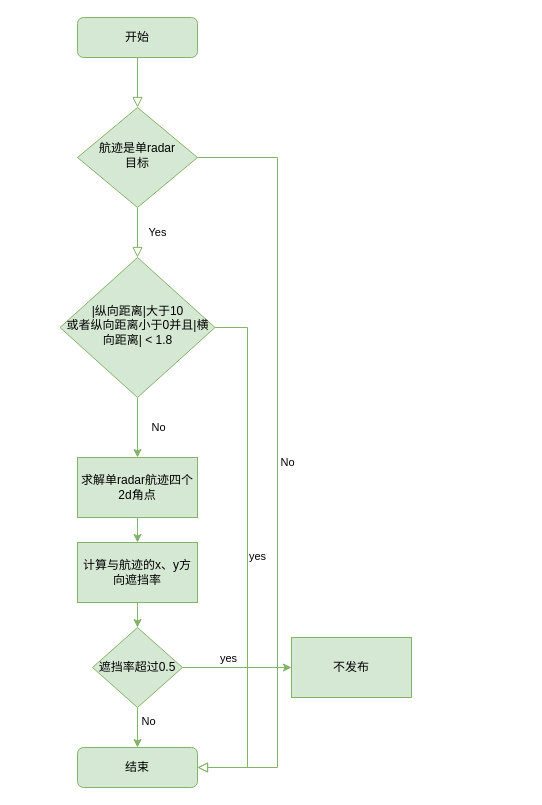
Earlier version of the draw.io diagram 未命名绘图.drawio (a1595341200/drawio). Source tidied: cells renumbered, new cells numbered last; positions are measured from the earlier drawing's top-left corner, leaving out a move shared by most shapes. Both pictures are drawn from the tidied source at 100%, with x=0, y=0 at pixel (59, 17).
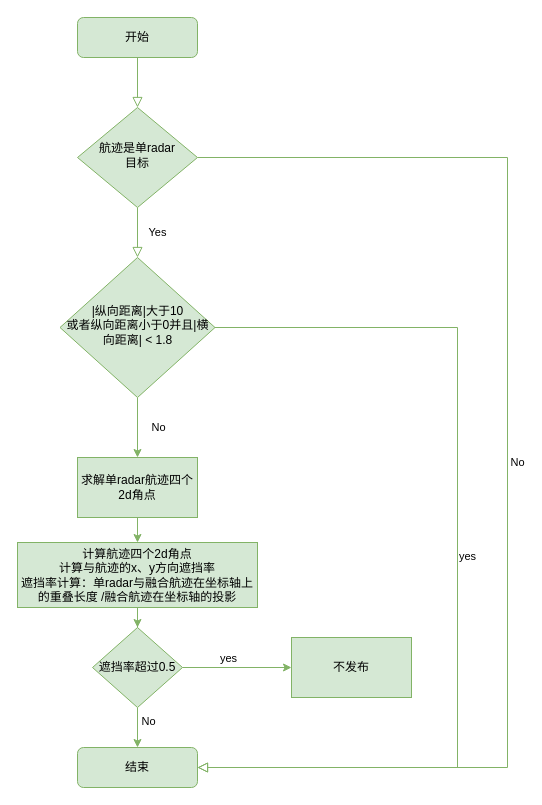
The same page after the edit.

Commit message:
遮挡率计算.drawio

Unchanged cells that the change refers to:
```xml
<mxCell id="6" value="&lt;div&gt;航迹是单radar&lt;/div&gt;&lt;div&gt;目标&lt;/div&gt;" style="rhombus;whiteSpace=wrap;html=1;shadow=0;fontFamily=Helvetica;fontSize=12;align=center;strokeWidth=1;spacing=6;spacingTop=-4;fillColor=#d5e8d4;strokeColor=#82b366;" parent="1" vertex="1">
  <mxGeometry x="18" y="90" width="120" height="100" as="geometry" />
</mxCell>
<mxCell id="10" value="&lt;div&gt;|纵向距离|大于10&lt;/div&gt;&lt;div&gt;或者纵向距离小于0并且|横向距离| &amp;lt; 1.8&lt;br&gt;&lt;/div&gt;" style="rhombus;whiteSpace=wrap;html=1;shadow=0;fontFamily=Helvetica;fontSize=12;align=center;strokeWidth=1;spacing=6;spacingTop=-4;fillColor=#d5e8d4;strokeColor=#82b366;" parent="1" vertex="1">
  <mxGeometry x="0.5" y="240" width="155" height="140" as="geometry" />
</mxCell>
<mxCell id="11" value="结束" style="rounded=1;whiteSpace=wrap;html=1;fontSize=12;glass=0;strokeWidth=1;shadow=0;fillColor=#d5e8d4;strokeColor=#82b366;" parent="1" vertex="1">
  <mxGeometry x="18" y="730" width="120" height="40" as="geometry" />
</mxCell>
```

Diff of the diagram source:
```diff
@@
     <mxCell id="5" value="No" style="edgeStyle=orthogonalEdgeStyle;rounded=0;html=1;jettySize=auto;fontSize=11;endArrow=block;endFill=0;endSize=8;strokeWidth=1;shadow=0;labelBackgroundColor=none;entryX=1;entryY=0.5;entryDx=0;entryDy=0;exitX=1;exitY=0.5;exitDx=0;exitDy=0;fillColor=#d5e8d4;strokeColor=#82b366;" parent="1" edge="1" source="6" target="11">
       <mxGeometry y="10" relative="1" as="geometry">
         <Array as="points">
-          <mxPoint x="218" y="140" />
-          <mxPoint x="218" y="750" />
+          <mxPoint x="448" y="140" />
+          <mxPoint x="448" y="750" />
         </Array>
       </mxGeometry>
     </mxCell>
@@
     <mxCell id="7" value="yes" style="edgeStyle=orthogonalEdgeStyle;rounded=0;html=1;jettySize=auto;fontSize=11;endArrow=block;endFill=0;endSize=8;strokeWidth=1;shadow=0;labelBackgroundColor=none;entryX=1;entryY=0.5;entryDx=0;entryDy=0;fillColor=#d5e8d4;strokeColor=#82b366;" parent="1" edge="1" source="10" target="11">
       <mxGeometry y="10" relative="1" as="geometry">
         <Array as="points">
-          <mxPoint x="188" y="310" />
-          <mxPoint x="188" y="750" />
+          <mxPoint x="398" y="310" />
+          <mxPoint x="398" y="750" />
         </Array>
       </mxGeometry>
     </mxCell>
@@
-    <mxCell id="15" value="计算与航迹的x、y方向遮挡率" style="rounded=0;whiteSpace=wrap;html=1;fillColor=#d5e8d4;strokeColor=#82b366;" parent="1" vertex="1">
-      <mxGeometry x="18" y="525" width="120" height="60" as="geometry" />
+    <mxCell id="15" value="&lt;div&gt;计算航迹四个2d角点&lt;br&gt;&lt;/div&gt;&lt;div&gt;计算与航迹的x、y方向遮挡率&lt;/div&gt;&lt;div&gt;遮挡率计算：单radar与融合航迹在坐标轴上的重叠长度 /融合航迹在坐标轴的投影 &lt;br&gt;&lt;/div&gt;" style="rounded=0;whiteSpace=wrap;html=1;fillColor=#d5e8d4;strokeColor=#82b366;" parent="1" vertex="1">
+      <mxGeometry x="-42" y="525" width="240" height="65" as="geometry" />
     </mxCell>
```
